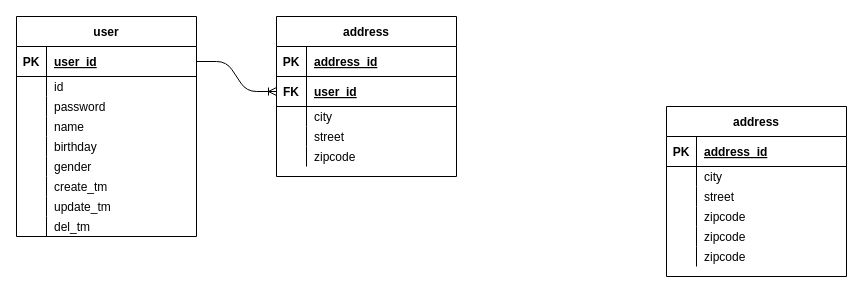
Before: JpaProjectERD의 복사본.drawio in dirtysmile/jpaProject, a draw.io diagram. Source tidied: cells renumbered, new cells numbered last; positions are measured from the earlier drawing's top-left corner, leaving out a move shared by most shapes. Both pictures are drawn from the tidied source at 100%, with x=0, y=0 at pixel (16, 16).
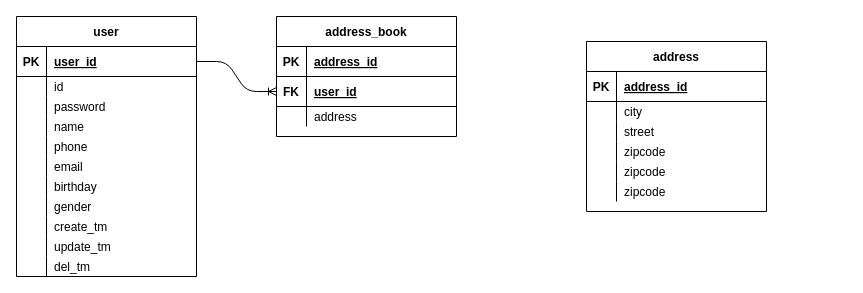
The same page after the edit.

Unchanged cells that the change refers to:
```xml
<mxCell id="37" style="shape=partialRectangle;fillColor=none;top=0;left=0;bottom=0;right=0;" parent="30" vertex="1">
  <mxGeometry y="90" width="180" height="20" as="geometry" />
</mxCell>
```

Diff of the diagram source:
```diff
@@
     <mxCell id="2" value="user" style="shape=table;startSize=30;childLayout=tableLayout;rowLines=0;fontStyle=1;align=center;" parent="1" vertex="1">
-      <mxGeometry width="180" height="220" as="geometry" />
+      <mxGeometry width="180" height="260" as="geometry" />
     </mxCell>
@@
+    <mxCell id="66" style="shape=partialRectangle;fillColor=none;top=0;left=0;bottom=0;right=0;" parent="2" vertex="1">
+      <mxGeometry y="100" width="180" height="20" as="geometry" />
+    </mxCell>
+    <mxCell id="67" style="shape=partialRectangle;fillColor=none;top=0;left=0;bottom=0;right=0;overflow=hidden;" parent="66" vertex="1">
+      <mxGeometry width="30" height="20" as="geometry" />
+    </mxCell>
+    <mxCell id="68" value="name" style="shape=partialRectangle;fillColor=none;top=0;left=0;bottom=0;right=0;align=left;spacingLeft=6;overflow=hidden;" parent="66" vertex="1">
+      <mxGeometry x="30" width="150" height="20" as="geometry" />
+    </mxCell>
+    <mxCell id="69" style="shape=partialRectangle;fillColor=none;top=0;left=0;bottom=0;right=0;" parent="2" vertex="1">
+      <mxGeometry y="120" width="180" height="20" as="geometry" />
+    </mxCell>
+    <mxCell id="70" style="shape=partialRectangle;fillColor=none;top=0;left=0;bottom=0;right=0;overflow=hidden;" parent="69" vertex="1">
+      <mxGeometry width="30" height="20" as="geometry" />
+    </mxCell>
+    <mxCell id="71" value="phone" style="shape=partialRectangle;fillColor=none;top=0;left=0;bottom=0;right=0;align=left;spacingLeft=6;overflow=hidden;" parent="69" vertex="1">
+      <mxGeometry x="30" width="150" height="20" as="geometry" />
+    </mxCell>
     <mxCell id="12" style="shape=partialRectangle;fillColor=none;top=0;left=0;bottom=0;right=0;" parent="2" vertex="1">
-      <mxGeometry y="100" width="180" height="20" as="geometry" />
+      <mxGeometry y="140" width="180" height="20" as="geometry" />
     </mxCell>
@@
-    <mxCell id="14" value="name" style="shape=partialRectangle;fillColor=none;top=0;left=0;bottom=0;right=0;align=left;spacingLeft=6;overflow=hidden;" parent="12" vertex="1">
+    <mxCell id="14" value="email" style="shape=partialRectangle;fillColor=none;top=0;left=0;bottom=0;right=0;align=left;spacingLeft=6;overflow=hidden;" parent="12" vertex="1">
       <mxGeometry x="30" width="150" height="20" as="geometry" />
     </mxCell>
     <mxCell id="15" style="shape=partialRectangle;fillColor=none;top=0;left=0;bottom=0;right=0;" parent="2" vertex="1">
-      <mxGeometry y="120" width="180" height="20" as="geometry" />
+      <mxGeometry y="160" width="180" height="20" as="geometry" />
     </mxCell>
@@
     <mxCell id="18" style="shape=partialRectangle;fillColor=none;top=0;left=0;bottom=0;right=0;" parent="2" vertex="1">
-      <mxGeometry y="140" width="180" height="20" as="geometry" />
+      <mxGeometry y="180" width="180" height="20" as="geometry" />
     </mxCell>
@@
     <mxCell id="21" style="shape=partialRectangle;fillColor=none;top=0;left=0;bottom=0;right=0;" parent="2" vertex="1">
-      <mxGeometry y="160" width="180" height="20" as="geometry" />
+      <mxGeometry y="200" width="180" height="20" as="geometry" />
     </mxCell>
@@
     <mxCell id="24" style="shape=partialRectangle;fillColor=none;top=0;left=0;bottom=0;right=0;" parent="2" vertex="1">
-      <mxGeometry y="180" width="180" height="20" as="geometry" />
+      <mxGeometry y="220" width="180" height="20" as="geometry" />
     </mxCell>
@@
     <mxCell id="27" style="shape=partialRectangle;fillColor=none;top=0;left=0;bottom=0;right=0;" parent="2" vertex="1">
-      <mxGeometry y="200" width="180" height="20" as="geometry" />
+      <mxGeometry y="240" width="180" height="20" as="geometry" />
     </mxCell>
@@
-    <mxCell id="30" value="address" style="shape=table;startSize=30;childLayout=tableLayout;rowLines=0;fontStyle=1;align=center;" parent="1" vertex="1">
-      <mxGeometry x="260" width="180" height="160" as="geometry" />
+    <mxCell id="30" value="address_book" style="shape=table;startSize=30;childLayout=tableLayout;rowLines=0;fontStyle=1;align=center;" parent="1" vertex="1">
+      <mxGeometry x="260" width="180" height="120" as="geometry" />
     </mxCell>
@@
-    <mxCell id="39" value="city" style="shape=partialRectangle;fillColor=none;top=0;left=0;bottom=0;right=0;align=left;spacingLeft=6;overflow=hidden;" parent="37" vertex="1">
+    <mxCell id="39" value="address" style="shape=partialRectangle;fillColor=none;top=0;left=0;bottom=0;right=0;align=left;spacingLeft=6;overflow=hidden;" parent="37" vertex="1">
       <mxGeometry x="30" width="150" height="20" as="geometry" />
     </mxCell>
-    <mxCell id="40" style="shape=partialRectangle;fillColor=none;top=0;left=0;bottom=0;right=0;" parent="30" vertex="1">
-      <mxGeometry y="110" width="180" height="20" as="geometry" />
-    </mxCell>
-    <mxCell id="41" style="shape=partialRectangle;fillColor=none;top=0;left=0;bottom=0;right=0;overflow=hidden;" parent="40" vertex="1">
-      <mxGeometry width="30" height="20" as="geometry" />
-    </mxCell>
-    <mxCell id="42" value="street" style="shape=partialRectangle;fillColor=none;top=0;left=0;bottom=0;right=0;align=left;spacingLeft=6;overflow=hidden;" parent="40" vertex="1">
-      <mxGeometry x="30" width="150" height="20" as="geometry" />
-    </mxCell>
-    <mxCell id="43" style="shape=partialRectangle;fillColor=none;top=0;left=0;bottom=0;right=0;" parent="30" vertex="1">
-      <mxGeometry y="130" width="180" height="20" as="geometry" />
-    </mxCell>
-    <mxCell id="44" style="shape=partialRectangle;fillColor=none;top=0;left=0;bottom=0;right=0;overflow=hidden;" parent="43" vertex="1">
-      <mxGeometry width="30" height="20" as="geometry" />
-    </mxCell>
-    <mxCell id="45" value="zipcode" style="shape=partialRectangle;fillColor=none;top=0;left=0;bottom=0;right=0;align=left;spacingLeft=6;overflow=hidden;" parent="43" vertex="1">
-      <mxGeometry x="30" width="150" height="20" as="geometry" />
-    </mxCell>
     <mxCell id="46" value="address" style="shape=table;startSize=30;childLayout=tableLayout;rowLines=0;fontStyle=1;align=center;" parent="1" vertex="1">
-      <mxGeometry x="650" y="90" width="180" height="170" as="geometry" />
+      <mxGeometry x="570" y="25" width="180" height="170" as="geometry" />
     </mxCell>
```
